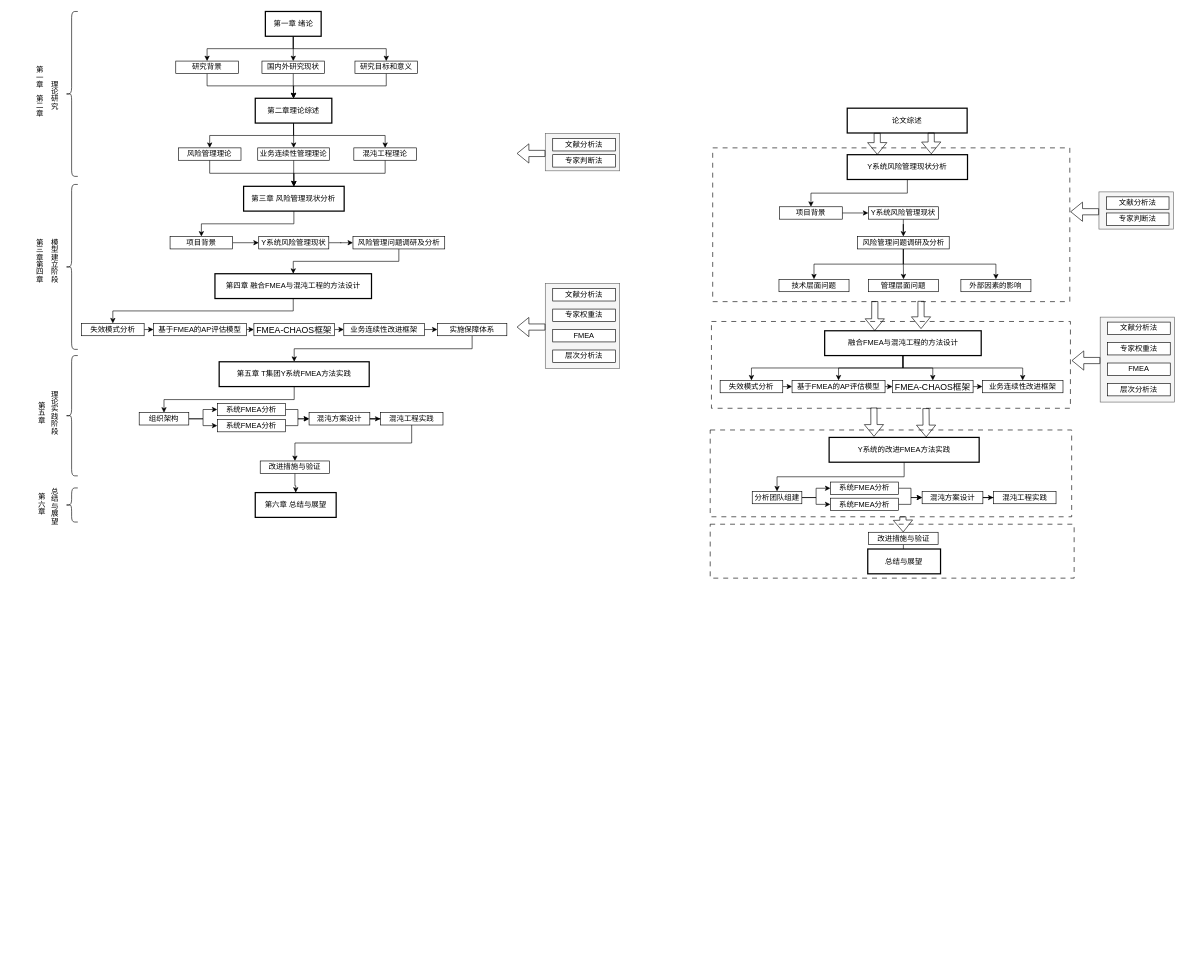
Before: 论文内容结构图.drawio in 89ao/rss2cubox, a draw.io diagram. Source tidied: cells renumbered, new cells numbered last; positions are measured from the earlier drawing's top-left corner, leaving out a move shared by most shapes. Both pictures are drawn from the tidied source at 62%, with x=0, y=0 at pixel (11, 11).
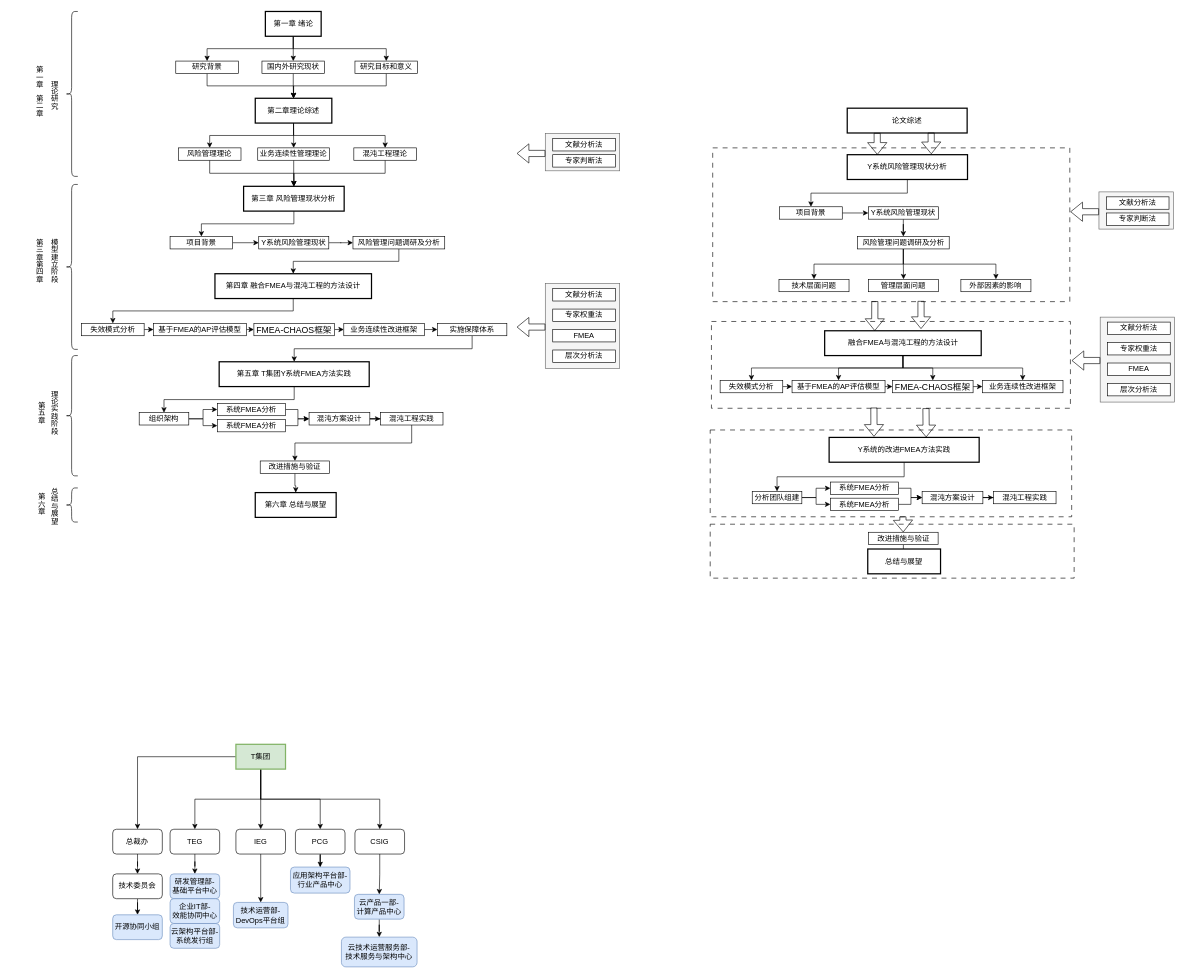
The same page after the edit.

Commit message:
更新论文内容结构图.drawio

What changed in the source:
```diff
@@
+    <mxCell id="143" style="edgeStyle=orthogonalEdgeStyle;rounded=0;jettySize=auto;html=1;exitX=0.5;exitY=1;exitDx=0;exitDy=0;entryX=0.5;entryY=0;entryDx=0;entryDy=0;" parent="1" edge="1" source="148" target="152">
+      <mxGeometry relative="1" as="geometry" />
+    </mxCell>
+    <mxCell id="144" style="edgeStyle=orthogonalEdgeStyle;rounded=0;jettySize=auto;html=1;exitX=0.5;exitY=1;exitDx=0;exitDy=0;entryX=0.5;entryY=0;entryDx=0;entryDy=0;" parent="1" edge="1" source="148" target="154">
+      <mxGeometry relative="1" as="geometry" />
+    </mxCell>
+    <mxCell id="145" style="edgeStyle=orthogonalEdgeStyle;rounded=0;jettySize=auto;html=1;exitX=0.5;exitY=1;exitDx=0;exitDy=0;" parent="1" edge="1" source="148" target="156">
+      <mxGeometry relative="1" as="geometry" />
+    </mxCell>
+    <mxCell id="146" style="edgeStyle=orthogonalEdgeStyle;rounded=0;jettySize=auto;html=1;exitX=0.5;exitY=1;exitDx=0;exitDy=0;entryX=0.5;entryY=0;entryDx=0;entryDy=0;" parent="1" edge="1" source="148" target="158">
+      <mxGeometry relative="1" as="geometry" />
+    </mxCell>
+    <mxCell id="147" style="edgeStyle=orthogonalEdgeStyle;rounded=0;jettySize=auto;html=1;" parent="1" edge="1" source="148" target="150">
+      <mxGeometry relative="1" as="geometry" />
+    </mxCell>
+    <mxCell id="148" value="T集团" style="rounded=0;whiteSpace=wrap;html=1;strokeWidth=2;fillColor=#d5e8d4;strokeColor=#82b366;" parent="1" vertex="1">
+      <mxGeometry x="363" y="1182" width="80" height="40" as="geometry" />
+    </mxCell>
+    <mxCell id="149" style="edgeStyle=orthogonalEdgeStyle;rounded=0;jettySize=auto;html=1;" parent="1" edge="1" source="150" target="166">
+      <mxGeometry relative="1" as="geometry" />
+    </mxCell>
+    <mxCell id="150" value="总裁办" style="rounded=1;whiteSpace=wrap;html=1;" parent="1" vertex="1">
+      <mxGeometry x="164.3" y="1319" width="80" height="40" as="geometry" />
+    </mxCell>
+    <mxCell id="151" style="edgeStyle=orthogonalEdgeStyle;rounded=0;jettySize=auto;html=1;" parent="1" edge="1" source="152" target="159">
+      <mxGeometry relative="1" as="geometry" />
+    </mxCell>
+    <mxCell id="152" value="TEG" style="rounded=1;whiteSpace=wrap;html=1;" parent="1" vertex="1">
+      <mxGeometry x="256.8" y="1319" width="80" height="40" as="geometry" />
+    </mxCell>
+    <mxCell id="153" style="edgeStyle=orthogonalEdgeStyle;rounded=0;jettySize=auto;html=1;" parent="1" edge="1" source="154" target="160">
+      <mxGeometry relative="1" as="geometry" />
+    </mxCell>
+    <mxCell id="154" value="IEG" style="rounded=1;whiteSpace=wrap;html=1;" parent="1" vertex="1">
+      <mxGeometry x="363" y="1319" width="80" height="40" as="geometry" />
+    </mxCell>
+    <mxCell id="155" style="edgeStyle=orthogonalEdgeStyle;rounded=0;jettySize=auto;html=1;" parent="1" edge="1" source="156" target="161">
+      <mxGeometry relative="1" as="geometry" />
+    </mxCell>
+    <mxCell id="156" value="PCG" style="rounded=1;whiteSpace=wrap;html=1;" parent="1" vertex="1">
+      <mxGeometry x="459" y="1319" width="80" height="40" as="geometry" />
+    </mxCell>
+    <mxCell id="157" style="edgeStyle=orthogonalEdgeStyle;rounded=0;jettySize=auto;html=1;" parent="1" edge="1" source="158" target="163">
+      <mxGeometry relative="1" as="geometry" />
+    </mxCell>
+    <mxCell id="158" value="CSIG" style="rounded=1;whiteSpace=wrap;html=1;" parent="1" vertex="1">
+      <mxGeometry x="555" y="1319" width="80" height="40" as="geometry" />
+    </mxCell>
+    <mxCell id="159" value="研发管理部-&lt;div&gt;基础平台中心&lt;/div&gt;" style="rounded=1;whiteSpace=wrap;html=1;fillColor=#dae8fc;strokeColor=#6c8ebf;" parent="1" vertex="1">
+      <mxGeometry x="256.8" y="1391" width="80" height="40" as="geometry" />
+    </mxCell>
+    <mxCell id="160" value="技术运营部-&lt;div&gt;DevOps平台组&lt;/div&gt;" style="rounded=1;whiteSpace=wrap;html=1;fillColor=#dae8fc;strokeColor=#6c8ebf;" parent="1" vertex="1">
+      <mxGeometry x="359" y="1437" width="88" height="41" as="geometry" />
+    </mxCell>
+    <mxCell id="161" value="应用架构平台部-&lt;div&gt;行业产品中心&lt;/div&gt;" style="rounded=1;whiteSpace=wrap;html=1;fillColor=#dae8fc;strokeColor=#6c8ebf;" parent="1" vertex="1">
+      <mxGeometry x="451" y="1380" width="96" height="42" as="geometry" />
+    </mxCell>
+    <mxCell id="162" style="edgeStyle=orthogonalEdgeStyle;rounded=0;jettySize=auto;html=1;" parent="1" edge="1" source="163" target="164">
+      <mxGeometry relative="1" as="geometry" />
+    </mxCell>
+    <mxCell id="163" value="云产品一部-&lt;div&gt;计算产品中心&lt;/div&gt;" style="rounded=1;whiteSpace=wrap;html=1;fillColor=#dae8fc;strokeColor=#6c8ebf;" parent="1" vertex="1">
+      <mxGeometry x="554.2" y="1424" width="80" height="40" as="geometry" />
+    </mxCell>
+    <mxCell id="164" value="云技术运营服务部&lt;span style=&quot;background-color: transparent; color: light-dark(rgb(0, 0, 0), rgb(255, 255, 255));&quot;&gt;-&lt;/span&gt;&lt;div&gt;技术服务与架构中心&lt;/div&gt;" style="rounded=1;whiteSpace=wrap;html=1;fillColor=#dae8fc;strokeColor=#6c8ebf;" parent="1" vertex="1">
+      <mxGeometry x="533.2" y="1493" width="122" height="48" as="geometry" />
+    </mxCell>
+    <mxCell id="165" style="edgeStyle=orthogonalEdgeStyle;rounded=0;jettySize=auto;html=1;" parent="1" edge="1" source="166" target="167">
+      <mxGeometry relative="1" as="geometry" />
+    </mxCell>
+    <mxCell id="166" value="技术委员会" style="rounded=1;whiteSpace=wrap;html=1;" parent="1" vertex="1">
+      <mxGeometry x="164.3" y="1391" width="80" height="40" as="geometry" />
+    </mxCell>
+    <mxCell id="167" value="开源协同小组" style="rounded=1;whiteSpace=wrap;html=1;fillColor=#dae8fc;strokeColor=#6c8ebf;" parent="1" vertex="1">
+      <mxGeometry x="164.3" y="1457" width="80" height="40" as="geometry" />
+    </mxCell>
+    <mxCell id="168" value="云架构平台部-&lt;div&gt;系统发行组&lt;/div&gt;" style="rounded=1;whiteSpace=wrap;html=1;fillColor=#dae8fc;strokeColor=#6c8ebf;" parent="1" vertex="1">
+      <mxGeometry x="256.8" y="1471" width="80" height="40" as="geometry" />
+    </mxCell>
+    <mxCell id="169" value="企业IT部-&lt;div&gt;效能协同中心&lt;/div&gt;" style="rounded=1;whiteSpace=wrap;html=1;fillColor=#dae8fc;strokeColor=#6c8ebf;" parent="1" vertex="1">
+      <mxGeometry x="256.8" y="1431" width="80" height="40" as="geometry" />
+    </mxCell>
```
